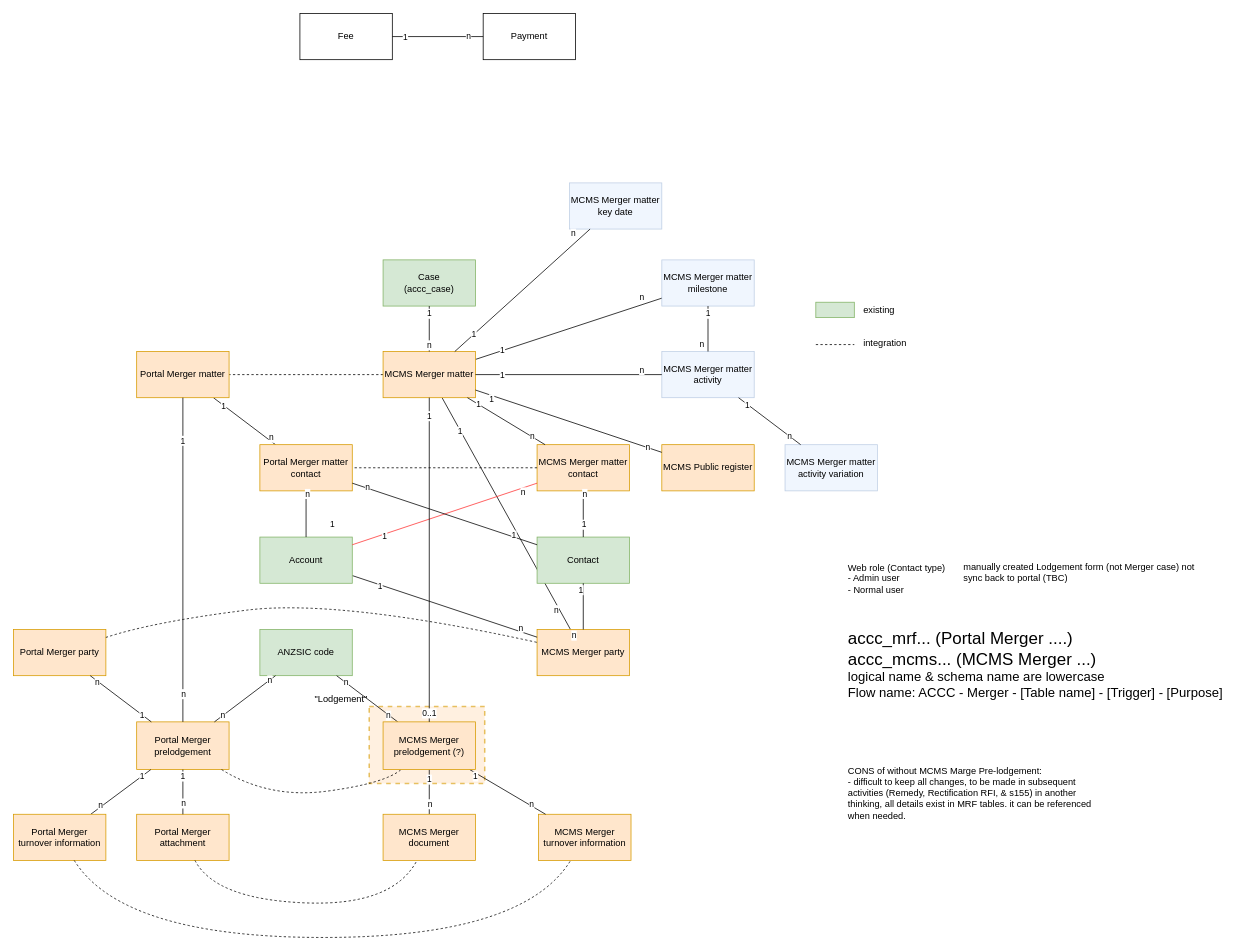
Earlier version of the draw.io diagram page "Entities v4" (12 of 15) of Merger.drawio (danieldotskc/helloworld). Source tidied: cells renumbered, new cells numbered last; positions are measured from the earlier drawing's top-left corner, leaving out a move shared by most shapes. Both pictures are drawn from the tidied source at 77%, with x=0, y=0 at pixel (13, 13).
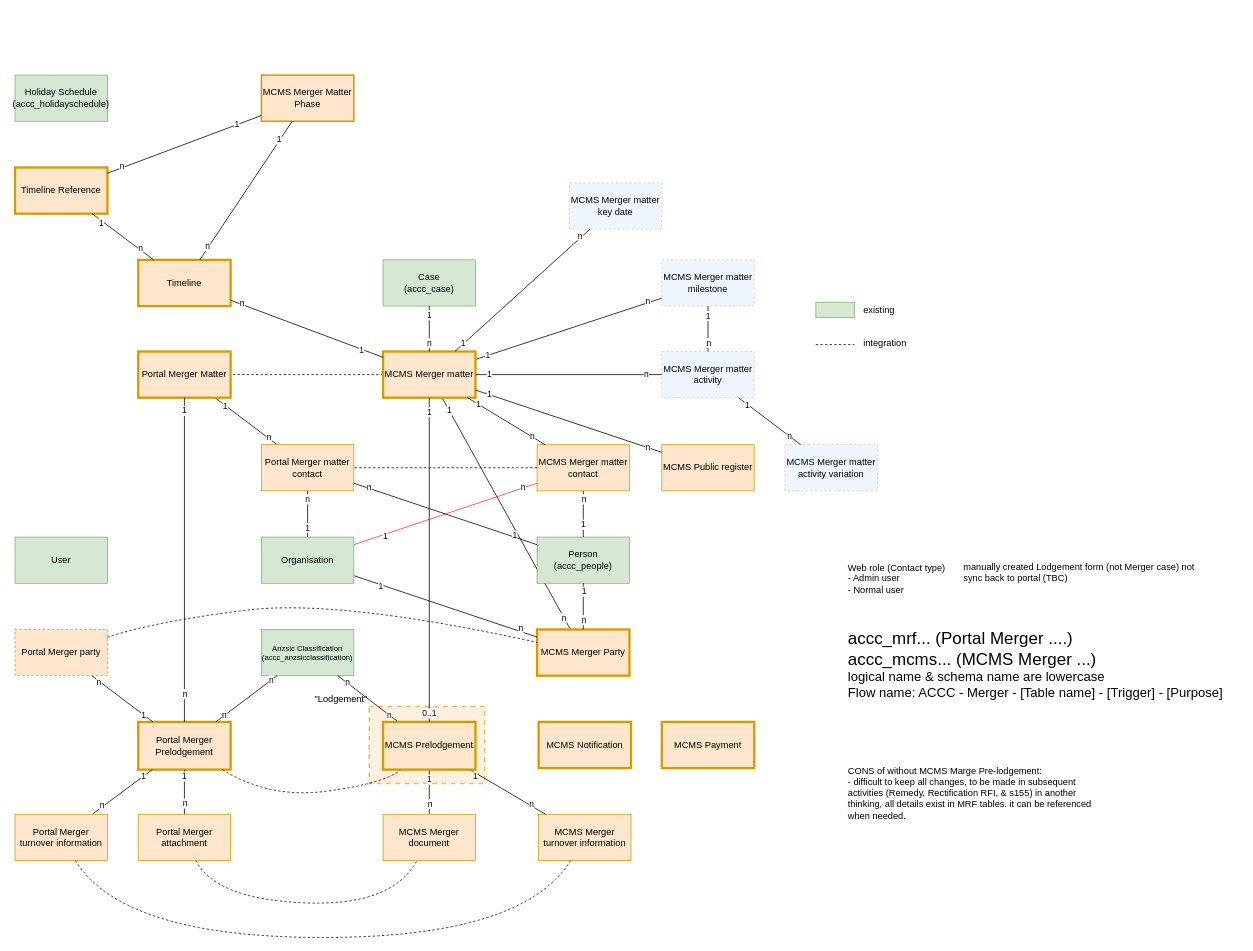
The same diagram, later.

Unchanged cells that the change refers to:
```xml
<mxCell id="3" style="endArrow=none;html=1;rounded=0;" parent="1" edge="1" source="14" target="91">
  <mxGeometry relative="1" as="geometry" />
</mxCell>
<mxCell id="6" style="endArrow=none;html=1;rounded=0;" parent="1" edge="1" source="14" target="36">
  <mxGeometry relative="1" as="geometry" />
</mxCell>
<mxCell id="9" style="endArrow=none;html=1;rounded=0;" parent="1" edge="1" source="30" target="75">
  <mxGeometry relative="1" as="geometry" />
</mxCell>
<mxCell id="16" style="endArrow=none;html=1;rounded=0;" parent="1" edge="1" source="14" target="15">
  <mxGeometry relative="1" as="geometry" />
</mxCell>
<mxCell id="31" style="endArrow=none;html=1;rounded=0;" parent="1" edge="1" source="30" target="13">
  <mxGeometry relative="1" as="geometry" />
</mxCell>
<mxCell id="54" style="endArrow=none;html=1;rounded=0;" parent="1" edge="1" source="36" target="21">
  <mxGeometry relative="1" as="geometry" />
</mxCell>
<mxCell id="69" style="endArrow=none;html=1;rounded=0;strokeColor=#FF3333;" parent="1" edge="1" source="68" target="20">
  <mxGeometry relative="1" as="geometry" />
</mxCell>
<mxCell id="72" style="endArrow=none;html=1;rounded=0;" parent="1" edge="1" source="21" target="20">
  <mxGeometry relative="1" as="geometry" />
</mxCell>
<mxCell id="79" style="endArrow=none;html=1;rounded=0;" parent="1" edge="1" source="68" target="75">
  <mxGeometry relative="1" as="geometry" />
</mxCell>
<mxCell id="82" style="endArrow=none;html=1;rounded=0;" parent="1" edge="1" source="19" target="14">
  <mxGeometry relative="1" as="geometry" />
</mxCell>
<mxCell id="93" style="endArrow=none;html=1;rounded=0;" parent="1" edge="1" source="14" target="92">
  <mxGeometry relative="1" as="geometry" />
</mxCell>
<mxCell id="97" style="endArrow=none;html=1;rounded=0;" parent="1" edge="1" source="14" target="96">
  <mxGeometry relative="1" as="geometry" />
</mxCell>
<mxCell id="100" style="endArrow=none;html=1;rounded=0;" parent="1" edge="1" source="91" target="96">
  <mxGeometry relative="1" as="geometry" />
</mxCell>
<mxCell id="109" style="endArrow=none;html=1;rounded=0;" parent="1" edge="1" source="14" target="107">
  <mxGeometry relative="1" as="geometry" />
</mxCell>
```

Change to the diagram source:
```diff
@@
     <mxCell id="4" value="1" style="edgeLabel;html=1;align=center;verticalAlign=middle;" parent="3" vertex="1">
       <mxGeometry x="-0.71" relative="1" as="geometry">
-        <mxPoint x="-1" as="offset" />
+        <mxPoint x="-20" y="6" as="offset" />
       </mxGeometry>
     </mxCell>
     <mxCell id="5" value="n" style="edgeLabel;html=1;align=center;verticalAlign=middle;" parent="3" vertex="1">
       <mxGeometry x="0.85" relative="1" as="geometry">
-        <mxPoint x="-9" y="-7" as="offset" />
+        <mxPoint x="-1" y="-2" as="offset" />
       </mxGeometry>
     </mxCell>
@@
     <mxCell id="7" value="1" style="edgeLabel;html=1;align=center;verticalAlign=middle;" parent="6" vertex="1">
       <mxGeometry x="-0.71" relative="1" as="geometry">
-        <mxPoint x="-1" as="offset" />
+        <mxPoint x="-15" y="-27" as="offset" />
       </mxGeometry>
     </mxCell>
     <mxCell id="8" value="n" style="edgeLabel;html=1;align=center;verticalAlign=middle;" parent="6" vertex="1">
       <mxGeometry x="0.85" relative="1" as="geometry">
-        <mxPoint x="-6" y="-3" as="offset" />
+        <mxPoint x="4" y="7" as="offset" />
       </mxGeometry>
     </mxCell>
@@
     <mxCell id="11" value="n" style="edgeLabel;html=1;align=center;verticalAlign=middle;" parent="9" vertex="1">
       <mxGeometry x="0.85" relative="1" as="geometry">
-        <mxPoint y="-5" as="offset" />
+        <mxPoint x="-5" y="-6" as="offset" />
       </mxGeometry>
     </mxCell>
@@
-    <mxCell id="13" value="&lt;span style=&quot;font-style: normal;&quot;&gt;Portal Merger&lt;/span&gt;&lt;div&gt;&lt;span style=&quot;font-style: normal;&quot;&gt;prelodgement&lt;/span&gt;&lt;/div&gt;" style="rounded=0;whiteSpace=wrap;html=1;labelPosition=center;verticalLabelPosition=middle;align=center;verticalAlign=middle;fontStyle=2;strokeWidth=1;fillColor=#ffe6cc;strokeColor=#d79b00;" parent="1" vertex="1">
-      <mxGeometry x="160" y="920" width="120" height="62" as="geometry" />
+    <mxCell id="13" value="&lt;span style=&quot;font-style: normal;&quot;&gt;Portal Merger&lt;/span&gt;&lt;div&gt;&lt;span style=&quot;font-style: normal;&quot;&gt;Prelodgement&lt;/span&gt;&lt;/div&gt;" style="rounded=0;whiteSpace=wrap;html=1;labelPosition=center;verticalLabelPosition=middle;align=center;verticalAlign=middle;fontStyle=2;strokeWidth=3;fillColor=#ffe6cc;strokeColor=#d79b00;" parent="1" vertex="1">
+      <mxGeometry x="162" y="920" width="120" height="62" as="geometry" />
     </mxCell>
-    <mxCell id="14" value="&lt;div&gt;&lt;span style=&quot;background-color: transparent; color: light-dark(rgb(0, 0, 0), rgb(255, 255, 255));&quot;&gt;MCMS Merger matter&lt;/span&gt;&lt;/div&gt;" style="rounded=0;whiteSpace=wrap;html=1;fillColor=#ffe6cc;strokeColor=#d79b00;" parent="1" vertex="1">
+    <mxCell id="14" value="&lt;div&gt;&lt;span style=&quot;background-color: transparent; color: light-dark(rgb(0, 0, 0), rgb(255, 255, 255));&quot;&gt;MCMS Merger matter&lt;/span&gt;&lt;/div&gt;" style="rounded=0;whiteSpace=wrap;html=1;fillColor=#ffe6cc;strokeColor=#d79b00;strokeWidth=3;" parent="1" vertex="1">
       <mxGeometry x="480" y="439" width="120" height="60" as="geometry" />
     </mxCell>
@@
     <mxCell id="17" value="1" style="edgeLabel;html=1;align=center;verticalAlign=middle;" parent="16" vertex="1">
       <mxGeometry x="-0.71" relative="1" as="geometry">
-        <mxPoint x="-15" as="offset" />
+        <mxPoint x="-18" y="-6" as="offset" />
       </mxGeometry>
     </mxCell>
@@
-    <mxCell id="21" value="Contact" style="rounded=0;whiteSpace=wrap;html=1;fillColor=#d5e8d4;strokeColor=#82b366;" parent="1" vertex="1">
+    <mxCell id="21" value="Person&lt;div&gt;(accc_people)&lt;/div&gt;" style="rounded=0;whiteSpace=wrap;html=1;fillColor=#d5e8d4;strokeColor=#82b366;" parent="1" vertex="1">
       <mxGeometry x="680" y="680" width="120" height="60" as="geometry" />
     </mxCell>
-    <mxCell id="22" value="ANZSIC code" style="rounded=0;whiteSpace=wrap;html=1;fillColor=#d5e8d4;strokeColor=#82b366;" parent="1" vertex="1">
-      <mxGeometry x="320" y="800" width="120" height="60" as="geometry" />
+    <mxCell id="22" value="Anzsic Classification&lt;div&gt;(accc_anzsicclassification)&lt;/div&gt;" style="rounded=0;whiteSpace=wrap;html=1;fillColor=#d5e8d4;strokeColor=#82b366;fontSize=10;" parent="1" vertex="1">
+      <mxGeometry x="322" y="800" width="120" height="60" as="geometry" />
     </mxCell>
@@
-    <mxCell id="26" value="Portal Merger party" style="rounded=0;whiteSpace=wrap;html=1;fillColor=#ffe6cc;strokeColor=#d79b00;" parent="1" vertex="1">
-      <mxGeometry y="800" width="120" height="60" as="geometry" />
+    <mxCell id="26" value="Portal Merger party" style="rounded=0;whiteSpace=wrap;html=1;fillColor=#ffe6cc;strokeColor=#d79b00;dashed=1;" parent="1" vertex="1">
+      <mxGeometry x="2" y="800" width="120" height="60" as="geometry" />
     </mxCell>
@@
-    <mxCell id="30" value="Portal Merger matter" style="rounded=0;whiteSpace=wrap;html=1;fillColor=#ffe6cc;strokeColor=#d79b00;" parent="1" vertex="1">
-      <mxGeometry x="160" y="439" width="120" height="60" as="geometry" />
+    <mxCell id="30" value="Portal Merger Matter" style="rounded=0;whiteSpace=wrap;html=1;fillColor=#ffe6cc;strokeColor=#d79b00;strokeWidth=3;" parent="1" vertex="1">
+      <mxGeometry x="162" y="439" width="120" height="60" as="geometry" />
     </mxCell>
@@
     <mxCell id="32" value="1" style="edgeLabel;html=1;align=center;verticalAlign=middle;" parent="31" vertex="1">
       <mxGeometry x="-0.71" relative="1" as="geometry">
-        <mxPoint x="-1" y="-6" as="offset" />
+        <mxPoint x="-1" y="-45" as="offset" />
       </mxGeometry>
     </mxCell>
@@
-    <mxCell id="36" value="&lt;div&gt;MCMS Merger party&lt;/div&gt;" style="rounded=0;whiteSpace=wrap;html=1;strokeColor=#d79b00;fillColor=#ffe6cc;" parent="1" vertex="1">
+    <mxCell id="36" value="&lt;div&gt;MCMS Merger Party&lt;/div&gt;" style="rounded=0;whiteSpace=wrap;html=1;strokeColor=#d79b00;fillColor=#ffe6cc;strokeWidth=3;" parent="1" vertex="1">
       <mxGeometry x="680" y="800" width="120" height="60" as="geometry" />
     </mxCell>
@@
     <mxCell id="52" value="Portal Merger turnover information" style="rounded=0;whiteSpace=wrap;html=1;fillColor=#ffe6cc;strokeColor=#d79b00;" parent="1" vertex="1">
-      <mxGeometry y="1040" width="120" height="60" as="geometry" />
+      <mxGeometry x="2" y="1040" width="120" height="60" as="geometry" />
     </mxCell>
@@
     <mxCell id="55" value="n" style="edgeLabel;html=1;align=center;verticalAlign=middle;" parent="54" vertex="1">
       <mxGeometry x="-0.71" relative="1" as="geometry">
-        <mxPoint x="-13" y="16" as="offset" />
+        <mxPoint y="-4" as="offset" />
       </mxGeometry>
     </mxCell>
     <mxCell id="56" value="1" style="edgeLabel;html=1;align=center;verticalAlign=middle;" parent="54" vertex="1">
       <mxGeometry x="0.85" relative="1" as="geometry">
-        <mxPoint x="-4" y="4" as="offset" />
+        <mxPoint y="6" as="offset" />
       </mxGeometry>
     </mxCell>
     <mxCell id="57" value="Portal Merger attachment" style="rounded=0;whiteSpace=wrap;html=1;fillColor=#ffe6cc;strokeColor=#d79b00;" parent="1" vertex="1">
-      <mxGeometry x="160" y="1040" width="120" height="60" as="geometry" />
+      <mxGeometry x="162" y="1040" width="120" height="60" as="geometry" />
     </mxCell>
@@
-    <mxCell id="68" value="Account" style="rounded=0;whiteSpace=wrap;html=1;fillColor=#d5e8d4;strokeColor=#82b366;" parent="1" vertex="1">
-      <mxGeometry x="320" y="680" width="120" height="60" as="geometry" />
+    <mxCell id="68" value="Organisation" style="rounded=0;whiteSpace=wrap;html=1;fillColor=#d5e8d4;strokeColor=#82b366;" parent="1" vertex="1">
+      <mxGeometry x="322" y="680" width="120" height="60" as="geometry" />
     </mxCell>
@@
-    <mxCell id="71" value="n" style="edgeLabel;html=1;align=center;verticalAlign=middle;" parent="69" vertex="1">
+    <mxCell id="71" value="n" style="edgeLabel;html=1;align=center;verticalAlign=middle;fontSize=11;" parent="69" vertex="1">
       <mxGeometry x="0.85" relative="1" as="geometry">
-        <mxPoint y="5" as="offset" />
+        <mxPoint y="-1" as="offset" />
       </mxGeometry>
     </mxCell>
@@
     <mxCell id="73" value="1" style="edgeLabel;html=1;align=center;verticalAlign=middle;" parent="72" vertex="1">
       <mxGeometry x="-0.71" relative="1" as="geometry">
-        <mxPoint y="-8" as="offset" />
+        <mxPoint x="-1" y="-8" as="offset" />
       </mxGeometry>
     </mxCell>
     <mxCell id="74" value="n" style="edgeLabel;html=1;align=center;verticalAlign=middle;" parent="72" vertex="1">
       <mxGeometry x="0.85" relative="1" as="geometry">
-        <mxPoint x="1" y="-1" as="offset" />
+        <mxPoint y="6" as="offset" />
       </mxGeometry>
     </mxCell>
     <mxCell id="75" value="Portal Merger matter contact" style="rounded=0;whiteSpace=wrap;html=1;fillColor=#ffe6cc;strokeColor=#d79b00;" parent="1" vertex="1">
-      <mxGeometry x="320" y="560" width="120" height="60" as="geometry" />
+      <mxGeometry x="322" y="560" width="120" height="60" as="geometry" />
     </mxCell>
@@
     <mxCell id="80" value="1" style="edgeLabel;html=1;align=center;verticalAlign=middle;" parent="79" vertex="1">
       <mxGeometry x="-0.71" relative="1" as="geometry">
-        <mxPoint x="33" y="-8" as="offset" />
+        <mxPoint x="-1" y="-4" as="offset" />
       </mxGeometry>
     </mxCell>
     <mxCell id="81" value="n" style="edgeLabel;html=1;align=center;verticalAlign=middle;" parent="79" vertex="1">
       <mxGeometry x="0.85" relative="1" as="geometry">
-        <mxPoint x="1" y="-1" as="offset" />
+        <mxPoint x="-1" y="6" as="offset" />
       </mxGeometry>
     </mxCell>
@@
     <mxCell id="83" value="1" style="edgeLabel;html=1;align=center;verticalAlign=middle;" parent="82" vertex="1">
       <mxGeometry x="-0.71" relative="1" as="geometry">
-        <mxPoint x="-1" as="offset" />
+        <mxPoint x="-1" y="2" as="offset" />
       </mxGeometry>
     </mxCell>
     <mxCell id="84" value="n" style="edgeLabel;html=1;align=center;verticalAlign=middle;" parent="82" vertex="1">
       <mxGeometry x="0.85" relative="1" as="geometry">
-        <mxPoint x="-1" y="-5" as="offset" />
+        <mxPoint x="-1" y="-8" as="offset" />
       </mxGeometry>
     </mxCell>
@@
-    <mxCell id="91" value="MCMS Merger matter milestone" style="rounded=0;whiteSpace=wrap;html=1;strokeColor=#6c8ebf;fillColor=#dae8fc;opacity=40;" parent="1" vertex="1">
+    <mxCell id="91" value="MCMS Merger matter milestone" style="rounded=0;whiteSpace=wrap;html=1;strokeColor=#6c8ebf;fillColor=#dae8fc;opacity=40;dashed=1;" parent="1" vertex="1">
       <mxGeometry x="842" y="320" width="120" height="60" as="geometry" />
     </mxCell>
-    <mxCell id="92" value="MCMS Merger matter key date" style="rounded=0;whiteSpace=wrap;html=1;strokeColor=#6c8ebf;fillColor=#dae8fc;opacity=40;" parent="1" vertex="1">
+    <mxCell id="92" value="MCMS Merger matter key date" style="rounded=0;whiteSpace=wrap;html=1;strokeColor=#6c8ebf;fillColor=#dae8fc;opacity=40;dashed=1;" parent="1" vertex="1">
       <mxGeometry x="722" y="220" width="120" height="60" as="geometry" />
     </mxCell>
@@
     <mxCell id="94" value="1" style="edgeLabel;html=1;align=center;verticalAlign=middle;" parent="93" vertex="1">
       <mxGeometry x="-0.71" relative="1" as="geometry">
-        <mxPoint x="-1" as="offset" />
+        <mxPoint x="-15" y="11" as="offset" />
       </mxGeometry>
     </mxCell>
     <mxCell id="95" value="n" style="edgeLabel;html=1;align=center;verticalAlign=middle;" parent="93" vertex="1">
       <mxGeometry x="0.85" relative="1" as="geometry">
-        <mxPoint x="-9" y="-7" as="offset" />
+        <mxPoint y="-3" as="offset" />
       </mxGeometry>
     </mxCell>
-    <mxCell id="96" value="MCMS Merger matter activity" style="rounded=0;whiteSpace=wrap;html=1;strokeColor=#6c8ebf;fillColor=#dae8fc;opacity=40;" parent="1" vertex="1">
+    <mxCell id="96" value="MCMS Merger matter activity" style="rounded=0;whiteSpace=wrap;html=1;strokeColor=#6c8ebf;fillColor=#dae8fc;opacity=40;dashed=1;" parent="1" vertex="1">
       <mxGeometry x="842" y="439" width="120" height="60" as="geometry" />
     </mxCell>
@@
     <mxCell id="98" value="1" style="edgeLabel;html=1;align=center;verticalAlign=middle;" parent="97" vertex="1">
       <mxGeometry x="-0.71" relative="1" as="geometry">
-        <mxPoint x="-1" as="offset" />
+        <mxPoint x="-18" y="-1" as="offset" />
       </mxGeometry>
     </mxCell>
     <mxCell id="99" value="n" style="edgeLabel;html=1;align=center;verticalAlign=middle;" parent="97" vertex="1">
       <mxGeometry x="0.85" relative="1" as="geometry">
-        <mxPoint x="-9" y="-7" as="offset" />
+        <mxPoint x="-3" y="-1" as="offset" />
       </mxGeometry>
     </mxCell>
@@
     <mxCell id="101" value="1" style="edgeLabel;html=1;align=center;verticalAlign=middle;" parent="100" vertex="1">
       <mxGeometry x="-0.71" relative="1" as="geometry">
-        <mxPoint x="-1" as="offset" />
+        <mxPoint x="-1" y="3" as="offset" />
       </mxGeometry>
     </mxCell>
     <mxCell id="102" value="n" style="edgeLabel;html=1;align=center;verticalAlign=middle;" parent="100" vertex="1">
       <mxGeometry x="0.85" relative="1" as="geometry">
-        <mxPoint x="-9" y="-7" as="offset" />
+        <mxPoint y="-8" as="offset" />
       </mxGeometry>
     </mxCell>
-    <mxCell id="103" value="MCMS Merger matter&lt;div&gt;activity variation&lt;/div&gt;" style="rounded=0;whiteSpace=wrap;html=1;strokeColor=#6c8ebf;fillColor=#dae8fc;opacity=40;" parent="1" vertex="1">
+    <mxCell id="103" value="MCMS Merger matter&lt;div&gt;activity variation&lt;/div&gt;" style="rounded=0;whiteSpace=wrap;html=1;strokeColor=#6c8ebf;fillColor=#dae8fc;opacity=40;dashed=1;" parent="1" vertex="1">
       <mxGeometry x="1002" y="560" width="120" height="60" as="geometry" />
     </mxCell>
@@
-    <mxCell id="107" value="&lt;span style=&quot;font-style: normal; background-color: transparent; color: light-dark(rgb(0, 0, 0), rgb(255, 255, 255));&quot;&gt;MCMS Merger&lt;/span&gt;&lt;div&gt;&lt;div&gt;&lt;span style=&quot;font-style: normal;&quot;&gt;prelodgement (?)&lt;/span&gt;&lt;/div&gt;&lt;/div&gt;" style="rounded=0;whiteSpace=wrap;html=1;labelPosition=center;verticalLabelPosition=middle;align=center;verticalAlign=middle;strokeWidth=1;fontStyle=2;fillColor=#ffe6cc;strokeColor=#d79b00;" parent="1" vertex="1">
+    <mxCell id="107" value="&lt;span style=&quot;font-style: normal; background-color: transparent; color: light-dark(rgb(0, 0, 0), rgb(255, 255, 255));&quot;&gt;MCMS P&lt;/span&gt;&lt;span style=&quot;font-style: normal; background-color: transparent; color: light-dark(rgb(0, 0, 0), rgb(255, 255, 255));&quot;&gt;relodgement&lt;/span&gt;" style="rounded=0;whiteSpace=wrap;html=1;labelPosition=center;verticalLabelPosition=middle;align=center;verticalAlign=middle;strokeWidth=3;fontStyle=2;fillColor=#ffe6cc;strokeColor=#d79b00;" parent="1" vertex="1">
       <mxGeometry x="480" y="920" width="120" height="62" as="geometry" />
     </mxCell>
-    <mxCell id="108" value="Payment" style="rounded=0;whiteSpace=wrap;html=1;" parent="1" vertex="1">
-      <mxGeometry x="610" width="120" height="60" as="geometry" />
-    </mxCell>
@@
     <mxCell id="110" value="1" style="edgeLabel;html=1;align=center;verticalAlign=middle;" parent="109" vertex="1">
       <mxGeometry x="-0.71" relative="1" as="geometry">
-        <mxPoint x="-1" y="-38" as="offset" />
+        <mxPoint x="-1" y="-43" as="offset" />
       </mxGeometry>
     </mxCell>
@@
-    <mxCell id="114" value="Fee" style="rounded=0;whiteSpace=wrap;html=1;" parent="1" vertex="1">
-      <mxGeometry x="372" width="120" height="60" as="geometry" />
-    </mxCell>
-    <mxCell id="115" style="endArrow=none;html=1;rounded=0;" parent="1" edge="1" source="114" target="108">
-      <mxGeometry relative="1" as="geometry" />
-    </mxCell>
-    <mxCell id="116" value="1" style="edgeLabel;html=1;align=center;verticalAlign=middle;" parent="115" vertex="1">
-      <mxGeometry x="-0.71" relative="1" as="geometry">
-        <mxPoint x="-1" as="offset" />
-      </mxGeometry>
-    </mxCell>
-    <mxCell id="117" value="n" style="edgeLabel;html=1;align=center;verticalAlign=middle;" parent="115" vertex="1">
-      <mxGeometry x="0.85" relative="1" as="geometry">
-        <mxPoint x="-11" y="-1" as="offset" />
-      </mxGeometry>
-    </mxCell>
+    <mxCell id="118" value="Timeline" style="rounded=0;whiteSpace=wrap;html=1;fillColor=#ffe6cc;strokeColor=#d79b00;strokeWidth=3;" parent="1" vertex="1">
+      <mxGeometry x="162" y="320" width="120" height="60" as="geometry" />
+    </mxCell>
+    <mxCell id="119" value="Timeline Reference" style="rounded=0;whiteSpace=wrap;html=1;fillColor=#ffe6cc;strokeColor=#d79b00;strokeWidth=3;" parent="1" vertex="1">
+      <mxGeometry x="2" y="200" width="120" height="60" as="geometry" />
+    </mxCell>
+    <mxCell id="120" value="MCMS Merger Matter Phase" style="rounded=0;whiteSpace=wrap;html=1;fillColor=#ffe6cc;strokeColor=#d79b00;strokeWidth=2;" parent="1" vertex="1">
+      <mxGeometry x="322" y="80" width="120" height="60" as="geometry" />
+    </mxCell>
+    <mxCell id="121" style="endArrow=none;html=1;rounded=0;" parent="1" edge="1" source="14" target="118">
+      <mxGeometry relative="1" as="geometry" />
+    </mxCell>
+    <mxCell id="122" value="1" style="edgeLabel;html=1;align=center;verticalAlign=middle;" parent="121" vertex="1">
+      <mxGeometry x="-0.71" relative="1" as="geometry">
+        <mxPoint x="1" y="1" as="offset" />
+      </mxGeometry>
+    </mxCell>
+    <mxCell id="123" value="n" style="edgeLabel;html=1;align=center;verticalAlign=middle;" parent="121" vertex="1">
+      <mxGeometry x="0.85" relative="1" as="geometry">
+        <mxPoint y="-2" as="offset" />
+      </mxGeometry>
+    </mxCell>
+    <mxCell id="124" style="endArrow=none;html=1;rounded=0;" parent="1" edge="1" source="119" target="118">
+      <mxGeometry relative="1" as="geometry" />
+    </mxCell>
+    <mxCell id="125" value="1" style="edgeLabel;html=1;align=center;verticalAlign=middle;" parent="124" vertex="1">
+      <mxGeometry x="-0.71" relative="1" as="geometry">
+        <mxPoint x="-1" y="2" as="offset" />
+      </mxGeometry>
+    </mxCell>
+    <mxCell id="126" value="n" style="edgeLabel;html=1;align=center;verticalAlign=middle;" parent="124" vertex="1">
+      <mxGeometry x="0.85" relative="1" as="geometry">
+        <mxPoint x="-12" y="-11" as="offset" />
+      </mxGeometry>
+    </mxCell>
+    <mxCell id="127" style="endArrow=none;html=1;rounded=0;" parent="1" edge="1" source="120" target="119">
+      <mxGeometry relative="1" as="geometry" />
+    </mxCell>
+    <mxCell id="128" value="1" style="edgeLabel;html=1;align=center;verticalAlign=middle;" parent="127" vertex="1">
+      <mxGeometry x="-0.71" relative="1" as="geometry">
+        <mxPoint x="-3" as="offset" />
+      </mxGeometry>
+    </mxCell>
+    <mxCell id="129" value="n" style="edgeLabel;html=1;align=center;verticalAlign=middle;" parent="127" vertex="1">
+      <mxGeometry x="0.85" relative="1" as="geometry">
+        <mxPoint x="4" y="-5" as="offset" />
+      </mxGeometry>
+    </mxCell>
+    <mxCell id="130" style="endArrow=none;html=1;rounded=0;" parent="1" edge="1" source="120" target="118">
+      <mxGeometry relative="1" as="geometry" />
+    </mxCell>
+    <mxCell id="131" value="1" style="edgeLabel;html=1;align=center;verticalAlign=middle;" parent="130" vertex="1">
+      <mxGeometry x="-0.71" relative="1" as="geometry">
+        <mxPoint y="-2" as="offset" />
+      </mxGeometry>
+    </mxCell>
+    <mxCell id="132" value="n" style="edgeLabel;html=1;align=center;verticalAlign=middle;" parent="130" vertex="1">
+      <mxGeometry x="0.85" relative="1" as="geometry">
+        <mxPoint y="-5" as="offset" />
+      </mxGeometry>
+    </mxCell>
+    <mxCell id="133" value="Holiday Schedule&lt;br&gt;&lt;div&gt;(accc_holidayschedule)&lt;/div&gt;" style="rounded=0;whiteSpace=wrap;html=1;fillColor=#d5e8d4;strokeColor=#82b366;" parent="1" vertex="1">
+      <mxGeometry x="2" y="80" width="120" height="60" as="geometry" />
+    </mxCell>
+    <mxCell id="134" value="&lt;div&gt;MCMS Notification&lt;/div&gt;" style="rounded=0;whiteSpace=wrap;html=1;strokeColor=#d79b00;fillColor=#ffe6cc;strokeWidth=3;" parent="1" vertex="1">
+      <mxGeometry x="682" y="920" width="120" height="60" as="geometry" />
+    </mxCell>
+    <mxCell id="135" value="&lt;div&gt;MCMS Payment&lt;/div&gt;" style="rounded=0;whiteSpace=wrap;html=1;strokeColor=#d79b00;fillColor=#ffe6cc;strokeWidth=3;" parent="1" vertex="1">
+      <mxGeometry x="842" y="920" width="120" height="60" as="geometry" />
+    </mxCell>
+    <mxCell id="136" value="User" style="rounded=0;whiteSpace=wrap;html=1;fillColor=#d5e8d4;strokeColor=#82b366;" parent="1" vertex="1">
+      <mxGeometry x="2" y="680" width="120" height="60" as="geometry" />
+    </mxCell>
```
